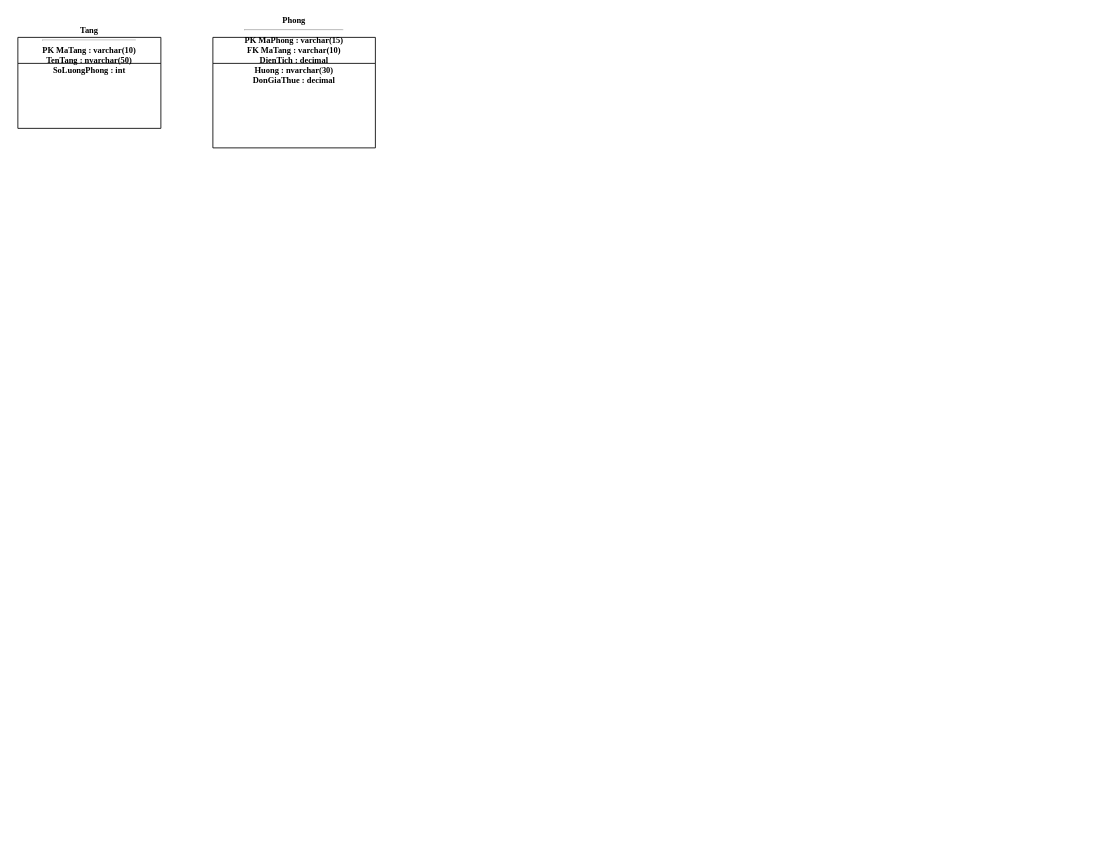
The draw.io diagram Lab08/SoDo/Hinh_4_1.drawio in inver29/LAB_AT_OOSD, before the edit. Source tidied: cells renumbered, new cells numbered last; positions are measured from the earlier drawing's top-left corner, leaving out a move shared by most shapes. Both pictures are drawn from the tidied source at 65%, with x=0, y=0 at pixel (18, 37).
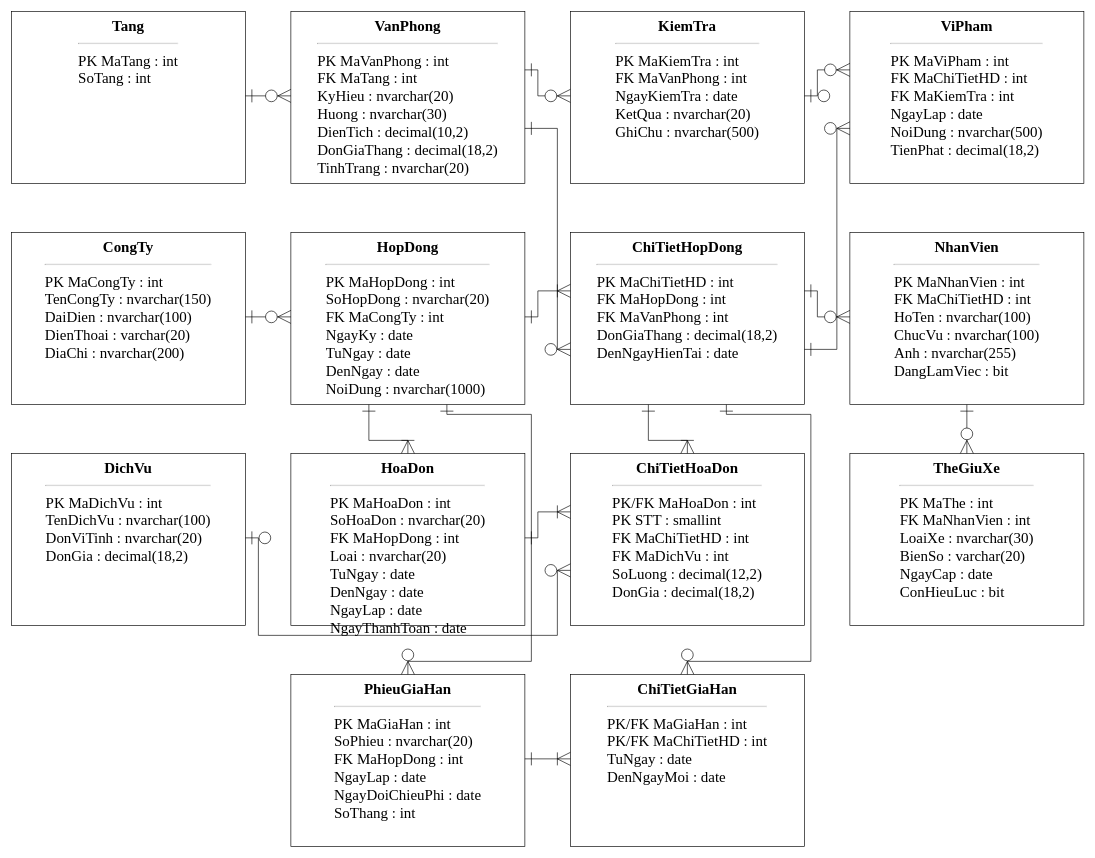
After the change.

Change to the diagram source:
```diff
@@
-    <mxCell id="2" value="Tang&lt;hr&gt;PK MaTang : varchar(10)&lt;br&gt;TenTang : nvarchar(50)&lt;br&gt;SoLuongPhong : int" style="shape=table;html=1;whiteSpace=wrap;fillColor=#ffffff;strokeColor=#000000;strokeWidth=1.3;fontFamily=Times New Roman;fontSize=13;fontStyle=1;" parent="1" vertex="1">
-      <mxGeometry width="220" height="140" as="geometry" />
-    </mxCell>
-    <mxCell id="3" value="Phong&lt;hr&gt;PK MaPhong : varchar(15)&lt;br&gt;FK MaTang : varchar(10)&lt;br&gt;DienTich : decimal&lt;br&gt;Huong : nvarchar(30)&lt;br&gt;DonGiaThue : decimal" style="shape=table;html=1;whiteSpace=wrap;fillColor=#ffffff;strokeColor=#000000;strokeWidth=1.3;fontFamily=Times New Roman;fontSize=13;fontStyle=1;" parent="1" vertex="1">
-      <mxGeometry x="300" width="250" height="170" as="geometry" />
-    </mxCell>
+    <mxCell id="4" value="&lt;div style=&quot;font-weight:bold;text-align:center&quot;&gt;Tang&lt;/div&gt;&lt;hr&gt;&lt;div style=&quot;text-align:left&quot;&gt;PK MaTang : int&lt;br&gt;SoTang : int&lt;/div&gt;" style="html=1;whiteSpace=wrap;fontFamily=Times New Roman;fontColor=#000000;strokeColor=#000000;fillColor=#ffffff;rounded=0;fontSize=23;verticalAlign=top;spacing=5;" parent="1" vertex="1">
+      <mxGeometry x="-10" y="-40" width="360" height="265" as="geometry" />
+    </mxCell>
+    <mxCell id="5" value="&lt;div style=&quot;font-weight:bold;text-align:center&quot;&gt;CongTy&lt;/div&gt;&lt;hr&gt;&lt;div style=&quot;text-align:left&quot;&gt;PK MaCongTy : int&lt;br&gt;TenCongTy : nvarchar(150)&lt;br&gt;DaiDien : nvarchar(100)&lt;br&gt;DienThoai : varchar(20)&lt;br&gt;DiaChi : nvarchar(200)&lt;/div&gt;" style="html=1;whiteSpace=wrap;fontFamily=Times New Roman;fontColor=#000000;strokeColor=#000000;fillColor=#ffffff;rounded=0;fontSize=23;verticalAlign=top;spacing=5;" parent="1" vertex="1">
+      <mxGeometry x="-10" y="300" width="360" height="265" as="geometry" />
+    </mxCell>
+    <mxCell id="6" value="&lt;div style=&quot;font-weight:bold;text-align:center&quot;&gt;VanPhong&lt;/div&gt;&lt;hr&gt;&lt;div style=&quot;text-align:left&quot;&gt;PK MaVanPhong : int&lt;br&gt;FK MaTang : int&lt;br&gt;KyHieu : nvarchar(20)&lt;br&gt;Huong : nvarchar(30)&lt;br&gt;DienTich : decimal(10,2)&lt;br&gt;DonGiaThang : decimal(18,2)&lt;br&gt;TinhTrang : nvarchar(20)&lt;/div&gt;" style="html=1;whiteSpace=wrap;fontFamily=Times New Roman;fontColor=#000000;strokeColor=#000000;fillColor=#ffffff;rounded=0;fontSize=23;verticalAlign=top;spacing=5;" parent="1" vertex="1">
+      <mxGeometry x="420" y="-40" width="360" height="265" as="geometry" />
+    </mxCell>
+    <mxCell id="7" value="&lt;div style=&quot;font-weight:bold;text-align:center&quot;&gt;HopDong&lt;/div&gt;&lt;hr&gt;&lt;div style=&quot;text-align:left&quot;&gt;PK MaHopDong : int&lt;br&gt;SoHopDong : nvarchar(20)&lt;br&gt;FK MaCongTy : int&lt;br&gt;NgayKy : date&lt;br&gt;TuNgay : date&lt;br&gt;DenNgay : date&lt;br&gt;NoiDung : nvarchar(1000)&lt;/div&gt;" style="html=1;whiteSpace=wrap;fontFamily=Times New Roman;fontColor=#000000;strokeColor=#000000;fillColor=#ffffff;rounded=0;fontSize=23;verticalAlign=top;spacing=5;" parent="1" vertex="1">
+      <mxGeometry x="420" y="300" width="360" height="265" as="geometry" />
+    </mxCell>
+    <mxCell id="8" value="&lt;div style=&quot;font-weight:bold;text-align:center&quot;&gt;ChiTietHopDong&lt;/div&gt;&lt;hr&gt;&lt;div style=&quot;text-align:left&quot;&gt;PK MaChiTietHD : int&lt;br&gt;FK MaHopDong : int&lt;br&gt;FK MaVanPhong : int&lt;br&gt;DonGiaThang : decimal(18,2)&lt;br&gt;DenNgayHienTai : date&lt;/div&gt;" style="html=1;whiteSpace=wrap;fontFamily=Times New Roman;fontColor=#000000;strokeColor=#000000;fillColor=#ffffff;rounded=0;fontSize=23;verticalAlign=top;spacing=5;" parent="1" vertex="1">
+      <mxGeometry x="850" y="300" width="360" height="265" as="geometry" />
+    </mxCell>
+    <mxCell id="9" value="&lt;div style=&quot;font-weight:bold;text-align:center&quot;&gt;PhieuGiaHan&lt;/div&gt;&lt;hr&gt;&lt;div style=&quot;text-align:left&quot;&gt;PK MaGiaHan : int&lt;br&gt;SoPhieu : nvarchar(20)&lt;br&gt;FK MaHopDong : int&lt;br&gt;NgayLap : date&lt;br&gt;NgayDoiChieuPhi : date&lt;br&gt;SoThang : int&lt;/div&gt;" style="html=1;whiteSpace=wrap;fontFamily=Times New Roman;fontColor=#000000;strokeColor=#000000;fillColor=#ffffff;rounded=0;fontSize=23;verticalAlign=top;spacing=5;" parent="1" vertex="1">
+      <mxGeometry x="420" y="980" width="360" height="265" as="geometry" />
+    </mxCell>
+    <mxCell id="10" value="&lt;div style=&quot;font-weight:bold;text-align:center&quot;&gt;ChiTietGiaHan&lt;/div&gt;&lt;hr&gt;&lt;div style=&quot;text-align:left&quot;&gt;PK/FK MaGiaHan : int&lt;br&gt;PK/FK MaChiTietHD : int&lt;br&gt;TuNgay : date&lt;br&gt;DenNgayMoi : date&lt;/div&gt;" style="html=1;whiteSpace=wrap;fontFamily=Times New Roman;fontColor=#000000;strokeColor=#000000;fillColor=#ffffff;rounded=0;fontSize=23;verticalAlign=top;spacing=5;" parent="1" vertex="1">
+      <mxGeometry x="850" y="980" width="360" height="265" as="geometry" />
+    </mxCell>
+    <mxCell id="11" value="&lt;div style=&quot;font-weight:bold;text-align:center&quot;&gt;DichVu&lt;/div&gt;&lt;hr&gt;&lt;div style=&quot;text-align:left&quot;&gt;PK MaDichVu : int&lt;br&gt;TenDichVu : nvarchar(100)&lt;br&gt;DonViTinh : nvarchar(20)&lt;br&gt;DonGia : decimal(18,2)&lt;/div&gt;" style="html=1;whiteSpace=wrap;fontFamily=Times New Roman;fontColor=#000000;strokeColor=#000000;fillColor=#ffffff;rounded=0;fontSize=23;verticalAlign=top;spacing=5;" parent="1" vertex="1">
+      <mxGeometry x="-10" y="640" width="360" height="265" as="geometry" />
+    </mxCell>
+    <mxCell id="12" value="&lt;div style=&quot;font-weight:bold;text-align:center&quot;&gt;HoaDon&lt;/div&gt;&lt;hr&gt;&lt;div style=&quot;text-align:left&quot;&gt;PK MaHoaDon : int&lt;br&gt;SoHoaDon : nvarchar(20)&lt;br&gt;FK MaHopDong : int&lt;br&gt;Loai : nvarchar(20)&lt;br&gt;TuNgay : date&lt;br&gt;DenNgay : date&lt;br&gt;NgayLap : date&lt;br&gt;NgayThanhToan : date&lt;/div&gt;" style="html=1;whiteSpace=wrap;fontFamily=Times New Roman;fontColor=#000000;strokeColor=#000000;fillColor=#ffffff;rounded=0;fontSize=23;verticalAlign=top;spacing=5;" parent="1" vertex="1">
+      <mxGeometry x="420" y="640" width="360" height="265" as="geometry" />
+    </mxCell>
+    <mxCell id="13" value="&lt;div style=&quot;font-weight:bold;text-align:center&quot;&gt;ChiTietHoaDon&lt;/div&gt;&lt;hr&gt;&lt;div style=&quot;text-align:left&quot;&gt;PK/FK MaHoaDon : int&lt;br&gt;PK STT : smallint&lt;br&gt;FK MaChiTietHD : int&lt;br&gt;FK MaDichVu : int&lt;br&gt;SoLuong : decimal(12,2)&lt;br&gt;DonGia : decimal(18,2)&lt;/div&gt;" style="html=1;whiteSpace=wrap;fontFamily=Times New Roman;fontColor=#000000;strokeColor=#000000;fillColor=#ffffff;rounded=0;fontSize=23;verticalAlign=top;spacing=5;" parent="1" vertex="1">
+      <mxGeometry x="850" y="640" width="360" height="265" as="geometry" />
+    </mxCell>
+    <mxCell id="14" value="&lt;div style=&quot;font-weight:bold;text-align:center&quot;&gt;NhanVien&lt;/div&gt;&lt;hr&gt;&lt;div style=&quot;text-align:left&quot;&gt;PK MaNhanVien : int&lt;br&gt;FK MaChiTietHD : int&lt;br&gt;HoTen : nvarchar(100)&lt;br&gt;ChucVu : nvarchar(100)&lt;br&gt;Anh : nvarchar(255)&lt;br&gt;DangLamViec : bit&lt;/div&gt;" style="html=1;whiteSpace=wrap;fontFamily=Times New Roman;fontColor=#000000;strokeColor=#000000;fillColor=#ffffff;rounded=0;fontSize=23;verticalAlign=top;spacing=5;" parent="1" vertex="1">
+      <mxGeometry x="1280" y="300" width="360" height="265" as="geometry" />
+    </mxCell>
+    <mxCell id="15" value="&lt;div style=&quot;font-weight:bold;text-align:center&quot;&gt;TheGiuXe&lt;/div&gt;&lt;hr&gt;&lt;div style=&quot;text-align:left&quot;&gt;PK MaThe : int&lt;br&gt;FK MaNhanVien : int&lt;br&gt;LoaiXe : nvarchar(30)&lt;br&gt;BienSo : varchar(20)&lt;br&gt;NgayCap : date&lt;br&gt;ConHieuLuc : bit&lt;/div&gt;" style="html=1;whiteSpace=wrap;fontFamily=Times New Roman;fontColor=#000000;strokeColor=#000000;fillColor=#ffffff;rounded=0;fontSize=23;verticalAlign=top;spacing=5;" parent="1" vertex="1">
+      <mxGeometry x="1280" y="640" width="360" height="265" as="geometry" />
+    </mxCell>
+    <mxCell id="16" value="&lt;div style=&quot;font-weight:bold;text-align:center&quot;&gt;KiemTra&lt;/div&gt;&lt;hr&gt;&lt;div style=&quot;text-align:left&quot;&gt;PK MaKiemTra : int&lt;br&gt;FK MaVanPhong : int&lt;br&gt;NgayKiemTra : date&lt;br&gt;KetQua : nvarchar(20)&lt;br&gt;GhiChu : nvarchar(500)&lt;/div&gt;" style="html=1;whiteSpace=wrap;fontFamily=Times New Roman;fontColor=#000000;strokeColor=#000000;fillColor=#ffffff;rounded=0;fontSize=23;verticalAlign=top;spacing=5;" parent="1" vertex="1">
+      <mxGeometry x="850" y="-40" width="360" height="265" as="geometry" />
+    </mxCell>
+    <mxCell id="17" value="&lt;div style=&quot;font-weight:bold;text-align:center&quot;&gt;ViPham&lt;/div&gt;&lt;hr&gt;&lt;div style=&quot;text-align:left&quot;&gt;PK MaViPham : int&lt;br&gt;FK MaChiTietHD : int&lt;br&gt;FK MaKiemTra : int&lt;br&gt;NgayLap : date&lt;br&gt;NoiDung : nvarchar(500)&lt;br&gt;TienPhat : decimal(18,2)&lt;/div&gt;" style="html=1;whiteSpace=wrap;fontFamily=Times New Roman;fontColor=#000000;strokeColor=#000000;fillColor=#ffffff;rounded=0;fontSize=23;verticalAlign=top;spacing=5;" parent="1" vertex="1">
+      <mxGeometry x="1280" y="-40" width="360" height="265" as="geometry" />
+    </mxCell>
+    <mxCell id="18" style="edgeStyle=none;rounded=0;html=1;fontFamily=Times New Roman;fontSize=21;strokeColor=#000000;labelBackgroundColor=#ffffff;verticalAlign=bottom;endArrow=none;startArrow=ERone;endArrow=ERzeroToMany;startSize=18;endSize=18;exitX=1.0;exitY=0.49056603773584906;exitPerimeter=0;entryX=0.0;entryY=0.49056603773584906;entryPerimeter=0;" parent="1" edge="1" source="4" target="6">
+      <mxGeometry relative="1" as="geometry" />
+    </mxCell>
+    <mxCell id="19" style="edgeStyle=none;rounded=0;html=1;fontFamily=Times New Roman;fontSize=21;strokeColor=#000000;labelBackgroundColor=#ffffff;verticalAlign=bottom;endArrow=none;startArrow=ERone;endArrow=ERzeroToMany;startSize=18;endSize=18;exitX=1.0;exitY=0.33962264150943394;exitPerimeter=0;entryX=0.0;entryY=0.49056603773584906;entryPerimeter=0;" parent="1" edge="1" source="6" target="16">
+      <mxGeometry relative="1" as="geometry">
+        <Array as="points">
+          <mxPoint x="800" y="50" />
+          <mxPoint x="800" y="90" />
+        </Array>
+      </mxGeometry>
+    </mxCell>
+    <mxCell id="20" style="edgeStyle=none;rounded=0;html=1;fontFamily=Times New Roman;fontSize=21;strokeColor=#000000;labelBackgroundColor=#ffffff;verticalAlign=bottom;endArrow=none;startArrow=ERzeroToOne;endArrow=ERzeroToMany;startSize=18;endSize=18;exitX=1.0;exitY=0.49056603773584906;exitPerimeter=0;entryX=0.0;entryY=0.33962264150943394;entryPerimeter=0;" parent="1" edge="1" source="16" target="17">
+      <mxGeometry relative="1" as="geometry">
+        <Array as="points">
+          <mxPoint x="1230" y="90" />
+          <mxPoint x="1230" y="50" />
+        </Array>
+      </mxGeometry>
+    </mxCell>
+    <mxCell id="21" style="edgeStyle=none;rounded=0;html=1;fontFamily=Times New Roman;fontSize=21;strokeColor=#000000;labelBackgroundColor=#ffffff;verticalAlign=bottom;endArrow=none;startArrow=ERone;endArrow=ERzeroToMany;startSize=18;endSize=18;exitX=1.0;exitY=0.49056603773584906;exitPerimeter=0;entryX=0.0;entryY=0.49056603773584906;entryPerimeter=0;" parent="1" edge="1" source="5" target="7">
+      <mxGeometry relative="1" as="geometry" />
+    </mxCell>
+    <mxCell id="22" style="edgeStyle=none;rounded=0;html=1;fontFamily=Times New Roman;fontSize=21;strokeColor=#000000;labelBackgroundColor=#ffffff;verticalAlign=bottom;endArrow=none;startArrow=ERone;endArrow=ERoneToMany;startSize=18;endSize=18;exitX=1.0;exitY=0.49056603773584906;exitPerimeter=0;entryX=0.0;entryY=0.33962264150943394;entryPerimeter=0;" parent="1" edge="1" source="7" target="8">
+      <mxGeometry relative="1" as="geometry">
+        <Array as="points">
+          <mxPoint x="800" y="430" />
+          <mxPoint x="800" y="390" />
+        </Array>
+      </mxGeometry>
+    </mxCell>
+    <mxCell id="23" style="edgeStyle=none;rounded=0;html=1;fontFamily=Times New Roman;fontSize=21;strokeColor=#000000;labelBackgroundColor=#ffffff;verticalAlign=bottom;endArrow=none;startArrow=ERone;endArrow=ERzeroToMany;startSize=18;endSize=18;exitX=1.0;exitY=0.6792452830188679;exitPerimeter=0;entryX=0.0;entryY=0.6792452830188679;entryPerimeter=0;" parent="1" edge="1" source="6" target="8">
+      <mxGeometry relative="1" as="geometry">
+        <Array as="points">
+          <mxPoint x="830" y="140" />
+          <mxPoint x="830" y="480" />
+        </Array>
+      </mxGeometry>
+    </mxCell>
+    <mxCell id="24" style="edgeStyle=none;rounded=0;html=1;fontFamily=Times New Roman;fontSize=21;strokeColor=#000000;labelBackgroundColor=#ffffff;verticalAlign=bottom;endArrow=none;startArrow=ERone;endArrow=ERzeroToMany;startSize=18;endSize=18;exitX=1.0;exitY=0.33962264150943394;exitPerimeter=0;entryX=0.0;entryY=0.49056603773584906;entryPerimeter=0;" parent="1" edge="1" source="8" target="14">
+      <mxGeometry relative="1" as="geometry">
+        <Array as="points">
+          <mxPoint x="1230" y="390" />
+          <mxPoint x="1230" y="430" />
+        </Array>
+      </mxGeometry>
+    </mxCell>
+    <mxCell id="25" style="edgeStyle=none;rounded=0;html=1;fontFamily=Times New Roman;fontSize=21;strokeColor=#000000;labelBackgroundColor=#ffffff;verticalAlign=bottom;endArrow=none;startArrow=ERone;endArrow=ERzeroToMany;startSize=18;endSize=18;exitX=0.5;exitY=1.0;exitPerimeter=0;entryX=0.5;entryY=0.0;entryPerimeter=0;" parent="1" edge="1" source="14" target="15">
+      <mxGeometry relative="1" as="geometry" />
+    </mxCell>
+    <mxCell id="26" style="edgeStyle=none;rounded=0;html=1;fontFamily=Times New Roman;fontSize=21;strokeColor=#000000;labelBackgroundColor=#ffffff;verticalAlign=bottom;endArrow=none;startArrow=ERone;endArrow=ERoneToMany;startSize=18;endSize=18;exitX=0.3333333333333333;exitY=1.0;exitPerimeter=0;entryX=0.5;entryY=0.0;entryPerimeter=0;" parent="1" edge="1" source="7" target="12">
+      <mxGeometry relative="1" as="geometry">
+        <Array as="points">
+          <mxPoint x="540" y="620" />
+          <mxPoint x="600" y="620" />
+        </Array>
+      </mxGeometry>
+    </mxCell>
+    <mxCell id="27" style="edgeStyle=none;rounded=0;html=1;fontFamily=Times New Roman;fontSize=21;strokeColor=#000000;labelBackgroundColor=#ffffff;verticalAlign=bottom;endArrow=none;startArrow=ERone;endArrow=ERoneToMany;startSize=18;endSize=18;exitX=1.0;exitY=0.49056603773584906;exitPerimeter=0;entryX=0.0;entryY=0.33962264150943394;entryPerimeter=0;" parent="1" edge="1" source="12" target="13">
+      <mxGeometry relative="1" as="geometry">
+        <Array as="points">
+          <mxPoint x="800" y="770" />
+          <mxPoint x="800" y="730" />
+        </Array>
+      </mxGeometry>
+    </mxCell>
+    <mxCell id="28" style="edgeStyle=none;rounded=0;html=1;fontFamily=Times New Roman;fontSize=21;strokeColor=#000000;labelBackgroundColor=#ffffff;verticalAlign=bottom;endArrow=none;startArrow=ERone;endArrow=ERoneToMany;startSize=18;endSize=18;exitX=0.3333333333333333;exitY=1.0;exitPerimeter=0;entryX=0.5;entryY=0.0;entryPerimeter=0;" parent="1" edge="1" source="8" target="13">
+      <mxGeometry relative="1" as="geometry">
+        <Array as="points">
+          <mxPoint x="970" y="620" />
+          <mxPoint x="1030" y="620" />
+        </Array>
+      </mxGeometry>
+    </mxCell>
+    <mxCell id="29" style="edgeStyle=none;rounded=0;html=1;fontFamily=Times New Roman;fontSize=21;strokeColor=#000000;labelBackgroundColor=#ffffff;verticalAlign=bottom;endArrow=none;startArrow=ERzeroToOne;endArrow=ERzeroToMany;startSize=18;endSize=18;exitX=1.0;exitY=0.49056603773584906;exitPerimeter=0;entryX=0.0;entryY=0.6792452830188679;entryPerimeter=0;" parent="1" edge="1" source="11" target="13">
+      <mxGeometry relative="1" as="geometry">
+        <Array as="points">
+          <mxPoint x="370" y="770" />
+          <mxPoint x="370" y="920" />
+          <mxPoint x="830" y="920" />
+          <mxPoint x="830" y="820" />
+        </Array>
+      </mxGeometry>
+    </mxCell>
+    <mxCell id="30" style="edgeStyle=none;rounded=0;html=1;fontFamily=Times New Roman;fontSize=21;strokeColor=#000000;labelBackgroundColor=#ffffff;verticalAlign=bottom;endArrow=none;startArrow=ERone;endArrow=ERzeroToMany;startSize=18;endSize=18;exitX=0.6666666666666666;exitY=1.0;exitPerimeter=0;entryX=0.5;entryY=0.0;entryPerimeter=0;" parent="1" edge="1" source="7" target="9">
+      <mxGeometry relative="1" as="geometry">
+        <Array as="points">
+          <mxPoint x="660" y="580" />
+          <mxPoint x="790" y="580" />
+          <mxPoint x="790" y="960" />
+          <mxPoint x="600" y="960" />
+        </Array>
+      </mxGeometry>
+    </mxCell>
+    <mxCell id="31" style="edgeStyle=none;rounded=0;html=1;fontFamily=Times New Roman;fontSize=21;strokeColor=#000000;labelBackgroundColor=#ffffff;verticalAlign=bottom;endArrow=none;startArrow=ERone;endArrow=ERoneToMany;startSize=18;endSize=18;exitX=1.0;exitY=0.49056603773584906;exitPerimeter=0;entryX=0.0;entryY=0.49056603773584906;entryPerimeter=0;" parent="1" edge="1" source="9" target="10">
+      <mxGeometry relative="1" as="geometry" />
+    </mxCell>
+    <mxCell id="32" style="edgeStyle=none;rounded=0;html=1;fontFamily=Times New Roman;fontSize=21;strokeColor=#000000;labelBackgroundColor=#ffffff;verticalAlign=bottom;endArrow=none;startArrow=ERone;endArrow=ERzeroToMany;startSize=18;endSize=18;exitX=0.6666666666666666;exitY=1.0;exitPerimeter=0;entryX=0.5;entryY=0.0;entryPerimeter=0;" parent="1" edge="1" source="8" target="10">
+      <mxGeometry relative="1" as="geometry">
+        <Array as="points">
+          <mxPoint x="1090" y="580" />
+          <mxPoint x="1220" y="580" />
+          <mxPoint x="1220" y="960" />
+          <mxPoint x="1030" y="960" />
+        </Array>
+      </mxGeometry>
+    </mxCell>
+    <mxCell id="33" style="edgeStyle=none;rounded=0;html=1;fontFamily=Times New Roman;fontSize=21;strokeColor=#000000;labelBackgroundColor=#ffffff;verticalAlign=bottom;endArrow=none;startArrow=ERone;endArrow=ERzeroToMany;startSize=18;endSize=18;exitX=1.0;exitY=0.6792452830188679;exitPerimeter=0;entryX=0.0;entryY=0.6792452830188679;entryPerimeter=0;" parent="1" edge="1" source="8" target="17">
+      <mxGeometry relative="1" as="geometry">
+        <Array as="points">
+          <mxPoint x="1260" y="480" />
+          <mxPoint x="1260" y="140" />
+        </Array>
+      </mxGeometry>
+    </mxCell>
```
